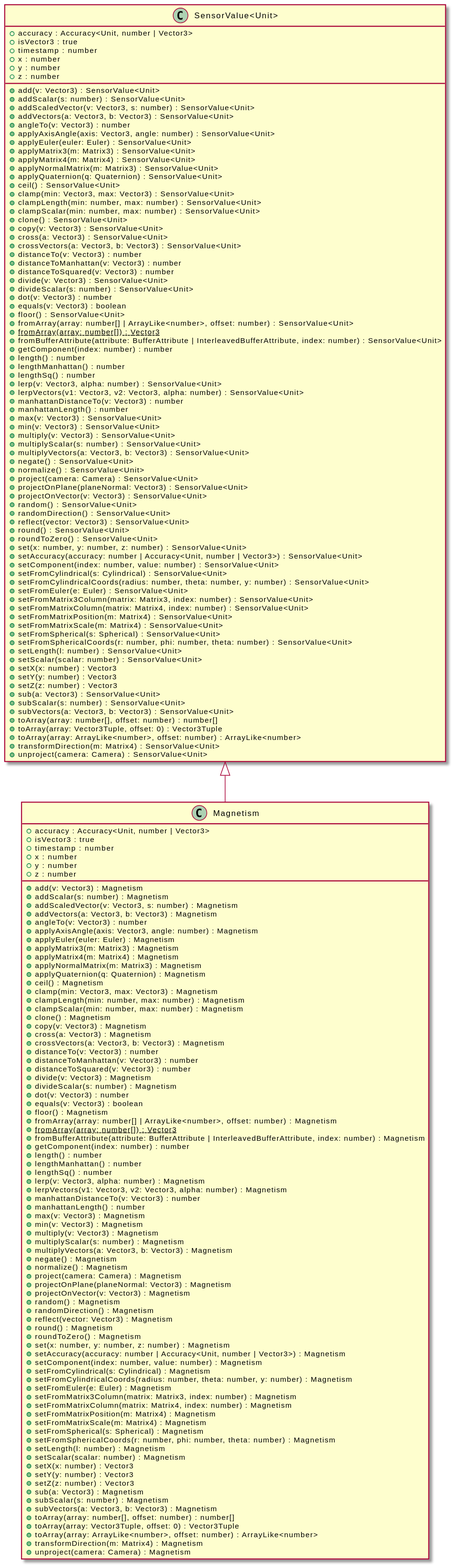
OpenHPS/openhps-core keeps this PlantUML diagram as assets/Magnetism-umlClassDiagram-5268.svg. Above is the earlier version. The source it was exported from:
```plantuml
@startuml
skinparam BackgroundColor transparent
hide empty methods
hide empty fields
class "Magnetism" {
    +accuracy : Accuracy<Unit, number | Vector3>
    +isVector3 : true
    +timestamp : number
    +x : number
    +y : number
    +z : number
    +add(v: Vector3) : Magnetism
    +addScalar(s: number) : Magnetism
    +addScaledVector(v: Vector3, s: number) : Magnetism
    +addVectors(a: Vector3, b: Vector3) : Magnetism
    +angleTo(v: Vector3) : number
    +applyAxisAngle(axis: Vector3, angle: number) : Magnetism
    +applyEuler(euler: Euler) : Magnetism
    +applyMatrix3(m: Matrix3) : Magnetism
    +applyMatrix4(m: Matrix4) : Magnetism
    +applyNormalMatrix(m: Matrix3) : Magnetism
    +applyQuaternion(q: Quaternion) : Magnetism
    +ceil() : Magnetism
    +clamp(min: Vector3, max: Vector3) : Magnetism
    +clampLength(min: number, max: number) : Magnetism
    +clampScalar(min: number, max: number) : Magnetism
    +clone() : Magnetism
    +copy(v: Vector3) : Magnetism
    +cross(a: Vector3) : Magnetism
    +crossVectors(a: Vector3, b: Vector3) : Magnetism
    +distanceTo(v: Vector3) : number
    +distanceToManhattan(v: Vector3) : number
    +distanceToSquared(v: Vector3) : number
    +divide(v: Vector3) : Magnetism
    +divideScalar(s: number) : Magnetism
    +dot(v: Vector3) : number
    +equals(v: Vector3) : boolean
    +floor() : Magnetism
    +fromArray(array: number[] | ArrayLike<number>, offset: number) : Magnetism
    {static} +fromArray(array: number[]) : Vector3
    +fromBufferAttribute(attribute: BufferAttribute | InterleavedBufferAttribute, index: number) : Magnetism
    +getComponent(index: number) : number
    +length() : number
    +lengthManhattan() : number
    +lengthSq() : number
    +lerp(v: Vector3, alpha: number) : Magnetism
    +lerpVectors(v1: Vector3, v2: Vector3, alpha: number) : Magnetism
    +manhattanDistanceTo(v: Vector3) : number
    +manhattanLength() : number
    +max(v: Vector3) : Magnetism
    +min(v: Vector3) : Magnetism
    +multiply(v: Vector3) : Magnetism
    +multiplyScalar(s: number) : Magnetism
    +multiplyVectors(a: Vector3, b: Vector3) : Magnetism
    +negate() : Magnetism
    +normalize() : Magnetism
    +project(camera: Camera) : Magnetism
    +projectOnPlane(planeNormal: Vector3) : Magnetism
    +projectOnVector(v: Vector3) : Magnetism
    +random() : Magnetism
    +randomDirection() : Magnetism
    +reflect(vector: Vector3) : Magnetism
    +round() : Magnetism
    +roundToZero() : Magnetism
    +set(x: number, y: number, z: number) : Magnetism
    +setAccuracy(accuracy: number | Accuracy<Unit, number | Vector3>) : Magnetism
    +setComponent(index: number, value: number) : Magnetism
    +setFromCylindrical(s: Cylindrical) : Magnetism
    +setFromCylindricalCoords(radius: number, theta: number, y: number) : Magnetism
    +setFromEuler(e: Euler) : Magnetism
    +setFromMatrix3Column(matrix: Matrix3, index: number) : Magnetism
    +setFromMatrixColumn(matrix: Matrix4, index: number) : Magnetism
    +setFromMatrixPosition(m: Matrix4) : Magnetism
    +setFromMatrixScale(m: Matrix4) : Magnetism
    +setFromSpherical(s: Spherical) : Magnetism
    +setFromSphericalCoords(r: number, phi: number, theta: number) : Magnetism
    +setLength(l: number) : Magnetism
    +setScalar(scalar: number) : Magnetism
    +setX(x: number) : Vector3
    +setY(y: number) : Vector3
    +setZ(z: number) : Vector3
    +sub(a: Vector3) : Magnetism
    +subScalar(s: number) : Magnetism
    +subVectors(a: Vector3, b: Vector3) : Magnetism
    +toArray(array: number[], offset: number) : number[]
    +toArray(array: Vector3Tuple, offset: 0) : Vector3Tuple
    +toArray(array: ArrayLike<number>, offset: number) : ArrayLike<number>
    +transformDirection(m: Matrix4) : Magnetism
    +unproject(camera: Camera) : Magnetism
}
class "SensorValue<Unit>" {
    +accuracy : Accuracy<Unit, number | Vector3>
    +isVector3 : true
    +timestamp : number
    +x : number
    +y : number
    +z : number
    +add(v: Vector3) : SensorValue<Unit>
    +addScalar(s: number) : SensorValue<Unit>
    +addScaledVector(v: Vector3, s: number) : SensorValue<Unit>
    +addVectors(a: Vector3, b: Vector3) : SensorValue<Unit>
    +angleTo(v: Vector3) : number
    +applyAxisAngle(axis: Vector3, angle: number) : SensorValue<Unit>
    +applyEuler(euler: Euler) : SensorValue<Unit>
    +applyMatrix3(m: Matrix3) : SensorValue<Unit>
    +applyMatrix4(m: Matrix4) : SensorValue<Unit>
    +applyNormalMatrix(m: Matrix3) : SensorValue<Unit>
    +applyQuaternion(q: Quaternion) : SensorValue<Unit>
    +ceil() : SensorValue<Unit>
    +clamp(min: Vector3, max: Vector3) : SensorValue<Unit>
    +clampLength(min: number, max: number) : SensorValue<Unit>
    +clampScalar(min: number, max: number) : SensorValue<Unit>
    +clone() : SensorValue<Unit>
    +copy(v: Vector3) : SensorValue<Unit>
    +cross(a: Vector3) : SensorValue<Unit>
    +crossVectors(a: Vector3, b: Vector3) : SensorValue<Unit>
    +distanceTo(v: Vector3) : number
    +distanceToManhattan(v: Vector3) : number
    +distanceToSquared(v: Vector3) : number
    +divide(v: Vector3) : SensorValue<Unit>
    +divideScalar(s: number) : SensorValue<Unit>
    +dot(v: Vector3) : number
    +equals(v: Vector3) : boolean
    +floor() : SensorValue<Unit>
    +fromArray(array: number[] | ArrayLike<number>, offset: number) : SensorValue<Unit>
    {static} +fromArray(array: number[]) : Vector3
    +fromBufferAttribute(attribute: BufferAttribute | InterleavedBufferAttribute, index: number) : SensorValue<Unit>
    +getComponent(index: number) : number
    +length() : number
    +lengthManhattan() : number
    +lengthSq() : number
    +lerp(v: Vector3, alpha: number) : SensorValue<Unit>
    +lerpVectors(v1: Vector3, v2: Vector3, alpha: number) : SensorValue<Unit>
    +manhattanDistanceTo(v: Vector3) : number
    +manhattanLength() : number
    +max(v: Vector3) : SensorValue<Unit>
    +min(v: Vector3) : SensorValue<Unit>
    +multiply(v: Vector3) : SensorValue<Unit>
    +multiplyScalar(s: number) : SensorValue<Unit>
    +multiplyVectors(a: Vector3, b: Vector3) : SensorValue<Unit>
    +negate() : SensorValue<Unit>
    +normalize() : SensorValue<Unit>
    +project(camera: Camera) : SensorValue<Unit>
    +projectOnPlane(planeNormal: Vector3) : SensorValue<Unit>
    +projectOnVector(v: Vector3) : SensorValue<Unit>
    +random() : SensorValue<Unit>
    +randomDirection() : SensorValue<Unit>
    +reflect(vector: Vector3) : SensorValue<Unit>
    +round() : SensorValue<Unit>
    +roundToZero() : SensorValue<Unit>
    +set(x: number, y: number, z: number) : SensorValue<Unit>
    +setAccuracy(accuracy: number | Accuracy<Unit, number | Vector3>) : SensorValue<Unit>
    +setComponent(index: number, value: number) : SensorValue<Unit>
    +setFromCylindrical(s: Cylindrical) : SensorValue<Unit>
    +setFromCylindricalCoords(radius: number, theta: number, y: number) : SensorValue<Unit>
    +setFromEuler(e: Euler) : SensorValue<Unit>
    +setFromMatrix3Column(matrix: Matrix3, index: number) : SensorValue<Unit>
    +setFromMatrixColumn(matrix: Matrix4, index: number) : SensorValue<Unit>
    +setFromMatrixPosition(m: Matrix4) : SensorValue<Unit>
    +setFromMatrixScale(m: Matrix4) : SensorValue<Unit>
    +setFromSpherical(s: Spherical) : SensorValue<Unit>
    +setFromSphericalCoords(r: number, phi: number, theta: number) : SensorValue<Unit>
    +setLength(l: number) : SensorValue<Unit>
    +setScalar(scalar: number) : SensorValue<Unit>
    +setX(x: number) : Vector3
    +setY(y: number) : Vector3
    +setZ(z: number) : Vector3
    +sub(a: Vector3) : SensorValue<Unit>
    +subScalar(s: number) : SensorValue<Unit>
    +subVectors(a: Vector3, b: Vector3) : SensorValue<Unit>
    +toArray(array: number[], offset: number) : number[]
    +toArray(array: Vector3Tuple, offset: 0) : Vector3Tuple
    +toArray(array: ArrayLike<number>, offset: number) : ArrayLike<number>
    +transformDirection(m: Matrix4) : SensorValue<Unit>
    +unproject(camera: Camera) : SensorValue<Unit>
}
"SensorValue<Unit>" <|-- "Magnetism"
@enduml
```
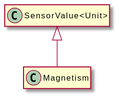
The same file after the commit.

Diff of the diagram source:
```diff
@@ -3,176 +3,8 @@
 hide empty methods
 hide empty fields
 class "Magnetism" {
-    +accuracy : Accuracy<Unit, number | Vector3>
-    +isVector3 : true
-    +timestamp : number
-    +x : number
-    +y : number
-    +z : number
-    +add(v: Vector3) : Magnetism
-    +addScalar(s: number) : Magnetism
-    +addScaledVector(v: Vector3, s: number) : Magnetism
-    +addVectors(a: Vector3, b: Vector3) : Magnetism
-    +angleTo(v: Vector3) : number
-    +applyAxisAngle(axis: Vector3, angle: number) : Magnetism
-    +applyEuler(euler: Euler) : Magnetism
-    +applyMatrix3(m: Matrix3) : Magnetism
-    +applyMatrix4(m: Matrix4) : Magnetism
-    +applyNormalMatrix(m: Matrix3) : Magnetism
-    +applyQuaternion(q: Quaternion) : Magnetism
-    +ceil() : Magnetism
-    +clamp(min: Vector3, max: Vector3) : Magnetism
-    +clampLength(min: number, max: number) : Magnetism
-    +clampScalar(min: number, max: number) : Magnetism
-    +clone() : Magnetism
-    +copy(v: Vector3) : Magnetism
-    +cross(a: Vector3) : Magnetism
-    +crossVectors(a: Vector3, b: Vector3) : Magnetism
-    +distanceTo(v: Vector3) : number
-    +distanceToManhattan(v: Vector3) : number
-    +distanceToSquared(v: Vector3) : number
-    +divide(v: Vector3) : Magnetism
-    +divideScalar(s: number) : Magnetism
-    +dot(v: Vector3) : number
-    +equals(v: Vector3) : boolean
-    +floor() : Magnetism
-    +fromArray(array: number[] | ArrayLike<number>, offset: number) : Magnetism
-    {static} +fromArray(array: number[]) : Vector3
-    +fromBufferAttribute(attribute: BufferAttribute | InterleavedBufferAttribute, index: number) : Magnetism
-    +getComponent(index: number) : number
-    +length() : number
-    +lengthManhattan() : number
-    +lengthSq() : number
-    +lerp(v: Vector3, alpha: number) : Magnetism
-    +lerpVectors(v1: Vector3, v2: Vector3, alpha: number) : Magnetism
-    +manhattanDistanceTo(v: Vector3) : number
-    +manhattanLength() : number
-    +max(v: Vector3) : Magnetism
-    +min(v: Vector3) : Magnetism
-    +multiply(v: Vector3) : Magnetism
-    +multiplyScalar(s: number) : Magnetism
-    +multiplyVectors(a: Vector3, b: Vector3) : Magnetism
-    +negate() : Magnetism
-    +normalize() : Magnetism
-    +project(camera: Camera) : Magnetism
-    +projectOnPlane(planeNormal: Vector3) : Magnetism
-    +projectOnVector(v: Vector3) : Magnetism
-    +random() : Magnetism
-    +randomDirection() : Magnetism
-    +reflect(vector: Vector3) : Magnetism
-    +round() : Magnetism
-    +roundToZero() : Magnetism
-    +set(x: number, y: number, z: number) : Magnetism
-    +setAccuracy(accuracy: number | Accuracy<Unit, number | Vector3>) : Magnetism
-    +setComponent(index: number, value: number) : Magnetism
-    +setFromCylindrical(s: Cylindrical) : Magnetism
-    +setFromCylindricalCoords(radius: number, theta: number, y: number) : Magnetism
-    +setFromEuler(e: Euler) : Magnetism
-    +setFromMatrix3Column(matrix: Matrix3, index: number) : Magnetism
-    +setFromMatrixColumn(matrix: Matrix4, index: number) : Magnetism
-    +setFromMatrixPosition(m: Matrix4) : Magnetism
-    +setFromMatrixScale(m: Matrix4) : Magnetism
-    +setFromSpherical(s: Spherical) : Magnetism
-    +setFromSphericalCoords(r: number, phi: number, theta: number) : Magnetism
-    +setLength(l: number) : Magnetism
-    +setScalar(scalar: number) : Magnetism
-    +setX(x: number) : Vector3
-    +setY(y: number) : Vector3
-    +setZ(z: number) : Vector3
-    +sub(a: Vector3) : Magnetism
-    +subScalar(s: number) : Magnetism
-    +subVectors(a: Vector3, b: Vector3) : Magnetism
-    +toArray(array: number[], offset: number) : number[]
-    +toArray(array: Vector3Tuple, offset: 0) : Vector3Tuple
-    +toArray(array: ArrayLike<number>, offset: number) : ArrayLike<number>
-    +transformDirection(m: Matrix4) : Magnetism
-    +unproject(camera: Camera) : Magnetism
 }
 class "SensorValue<Unit>" {
-    +accuracy : Accuracy<Unit, number | Vector3>
-    +isVector3 : true
-    +timestamp : number
-    +x : number
-    +y : number
-    +z : number
-    +add(v: Vector3) : SensorValue<Unit>
-    +addScalar(s: number) : SensorValue<Unit>
-    +addScaledVector(v: Vector3, s: number) : SensorValue<Unit>
-    +addVectors(a: Vector3, b: Vector3) : SensorValue<Unit>
-    +angleTo(v: Vector3) : number
-    +applyAxisAngle(axis: Vector3, angle: number) : SensorValue<Unit>
-    +applyEuler(euler: Euler) : SensorValue<Unit>
-    +applyMatrix3(m: Matrix3) : SensorValue<Unit>
-    +applyMatrix4(m: Matrix4) : SensorValue<Unit>
-    +applyNormalMatrix(m: Matrix3) : SensorValue<Unit>
-    +applyQuaternion(q: Quaternion) : SensorValue<Unit>
-    +ceil() : SensorValue<Unit>
-    +clamp(min: Vector3, max: Vector3) : SensorValue<Unit>
-    +clampLength(min: number, max: number) : SensorValue<Unit>
-    +clampScalar(min: number, max: number) : SensorValue<Unit>
-    +clone() : SensorValue<Unit>
-    +copy(v: Vector3) : SensorValue<Unit>
-    +cross(a: Vector3) : SensorValue<Unit>
-    +crossVectors(a: Vector3, b: Vector3) : SensorValue<Unit>
-    +distanceTo(v: Vector3) : number
-    +distanceToManhattan(v: Vector3) : number
-    +distanceToSquared(v: Vector3) : number
-    +divide(v: Vector3) : SensorValue<Unit>
-    +divideScalar(s: number) : SensorValue<Unit>
-    +dot(v: Vector3) : number
-    +equals(v: Vector3) : boolean
-    +floor() : SensorValue<Unit>
-    +fromArray(array: number[] | ArrayLike<number>, offset: number) : SensorValue<Unit>
-    {static} +fromArray(array: number[]) : Vector3
-    +fromBufferAttribute(attribute: BufferAttribute | InterleavedBufferAttribute, index: number) : SensorValue<Unit>
-    +getComponent(index: number) : number
-    +length() : number
-    +lengthManhattan() : number
-    +lengthSq() : number
-    +lerp(v: Vector3, alpha: number) : SensorValue<Unit>
-    +lerpVectors(v1: Vector3, v2: Vector3, alpha: number) : SensorValue<Unit>
-    +manhattanDistanceTo(v: Vector3) : number
-    +manhattanLength() : number
-    +max(v: Vector3) : SensorValue<Unit>
-    +min(v: Vector3) : SensorValue<Unit>
-    +multiply(v: Vector3) : SensorValue<Unit>
-    +multiplyScalar(s: number) : SensorValue<Unit>
-    +multiplyVectors(a: Vector3, b: Vector3) : SensorValue<Unit>
-    +negate() : SensorValue<Unit>
-    +normalize() : SensorValue<Unit>
-    +project(camera: Camera) : SensorValue<Unit>
-    +projectOnPlane(planeNormal: Vector3) : SensorValue<Unit>
-    +projectOnVector(v: Vector3) : SensorValue<Unit>
-    +random() : SensorValue<Unit>
-    +randomDirection() : SensorValue<Unit>
-    +reflect(vector: Vector3) : SensorValue<Unit>
-    +round() : SensorValue<Unit>
-    +roundToZero() : SensorValue<Unit>
-    +set(x: number, y: number, z: number) : SensorValue<Unit>
-    +setAccuracy(accuracy: number | Accuracy<Unit, number | Vector3>) : SensorValue<Unit>
-    +setComponent(index: number, value: number) : SensorValue<Unit>
-    +setFromCylindrical(s: Cylindrical) : SensorValue<Unit>
-    +setFromCylindricalCoords(radius: number, theta: number, y: number) : SensorValue<Unit>
-    +setFromEuler(e: Euler) : SensorValue<Unit>
-    +setFromMatrix3Column(matrix: Matrix3, index: number) : SensorValue<Unit>
-    +setFromMatrixColumn(matrix: Matrix4, index: number) : SensorValue<Unit>
-    +setFromMatrixPosition(m: Matrix4) : SensorValue<Unit>
-    +setFromMatrixScale(m: Matrix4) : SensorValue<Unit>
-    +setFromSpherical(s: Spherical) : SensorValue<Unit>
-    +setFromSphericalCoords(r: number, phi: number, theta: number) : SensorValue<Unit>
-    +setLength(l: number) : SensorValue<Unit>
-    +setScalar(scalar: number) : SensorValue<Unit>
-    +setX(x: number) : Vector3
-    +setY(y: number) : Vector3
-    +setZ(z: number) : Vector3
-    +sub(a: Vector3) : SensorValue<Unit>
-    +subScalar(s: number) : SensorValue<Unit>
-    +subVectors(a: Vector3, b: Vector3) : SensorValue<Unit>
-    +toArray(array: number[], offset: number) : number[]
-    +toArray(array: Vector3Tuple, offset: 0) : Vector3Tuple
-    +toArray(array: ArrayLike<number>, offset: number) : ArrayLike<number>
-    +transformDirection(m: Matrix4) : SensorValue<Unit>
-    +unproject(camera: Camera) : SensorValue<Unit>
 }
 "SensorValue<Unit>" <|-- "Magnetism"
 @enduml
```
